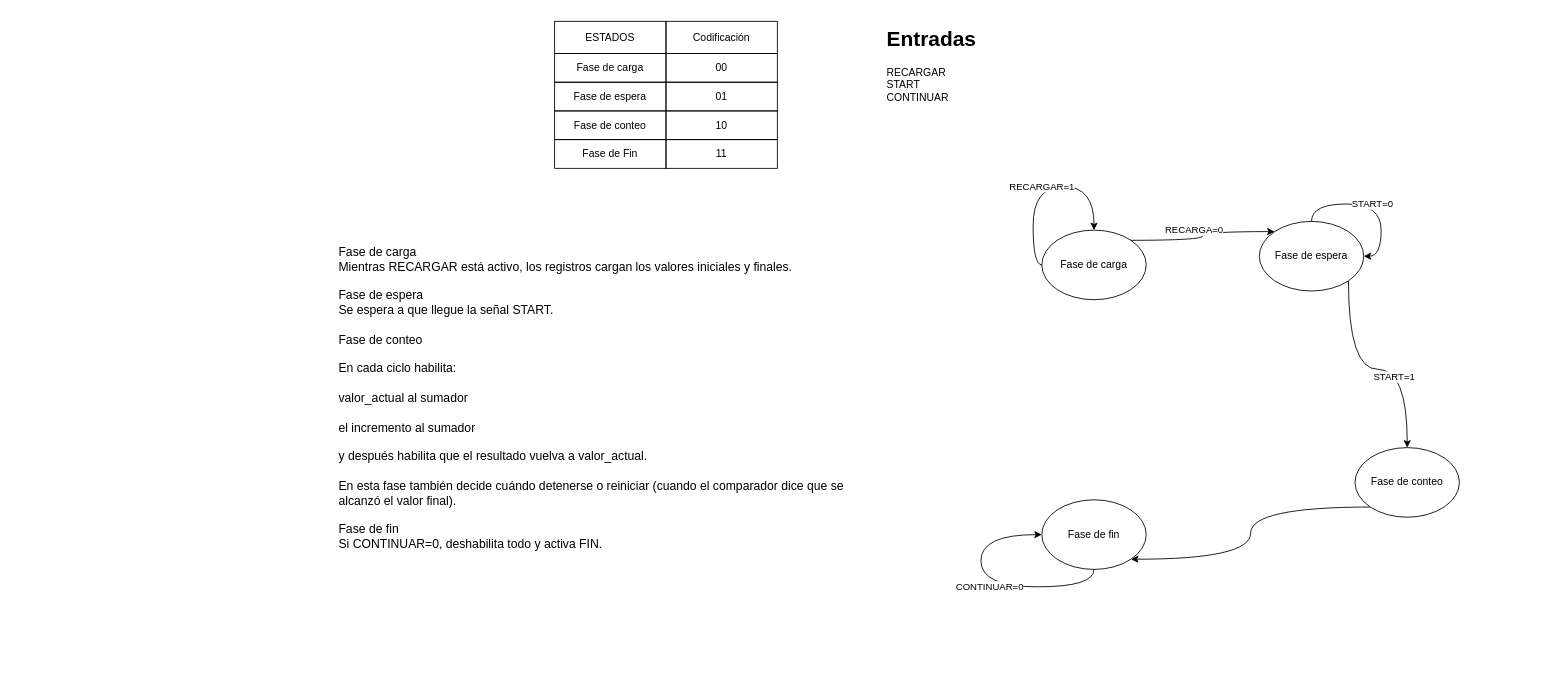
Before: page "Página-3" (2 of 2) of Integrador/MEF.drawio in albertinap/IDL, a draw.io diagram. Source tidied: cells renumbered, new cells numbered last; positions are measured from the earlier drawing's top-left corner, leaving out a move shared by most shapes. Both pictures are drawn from the tidied source at 87%, with x=0, y=0 at pixel (337, 21).
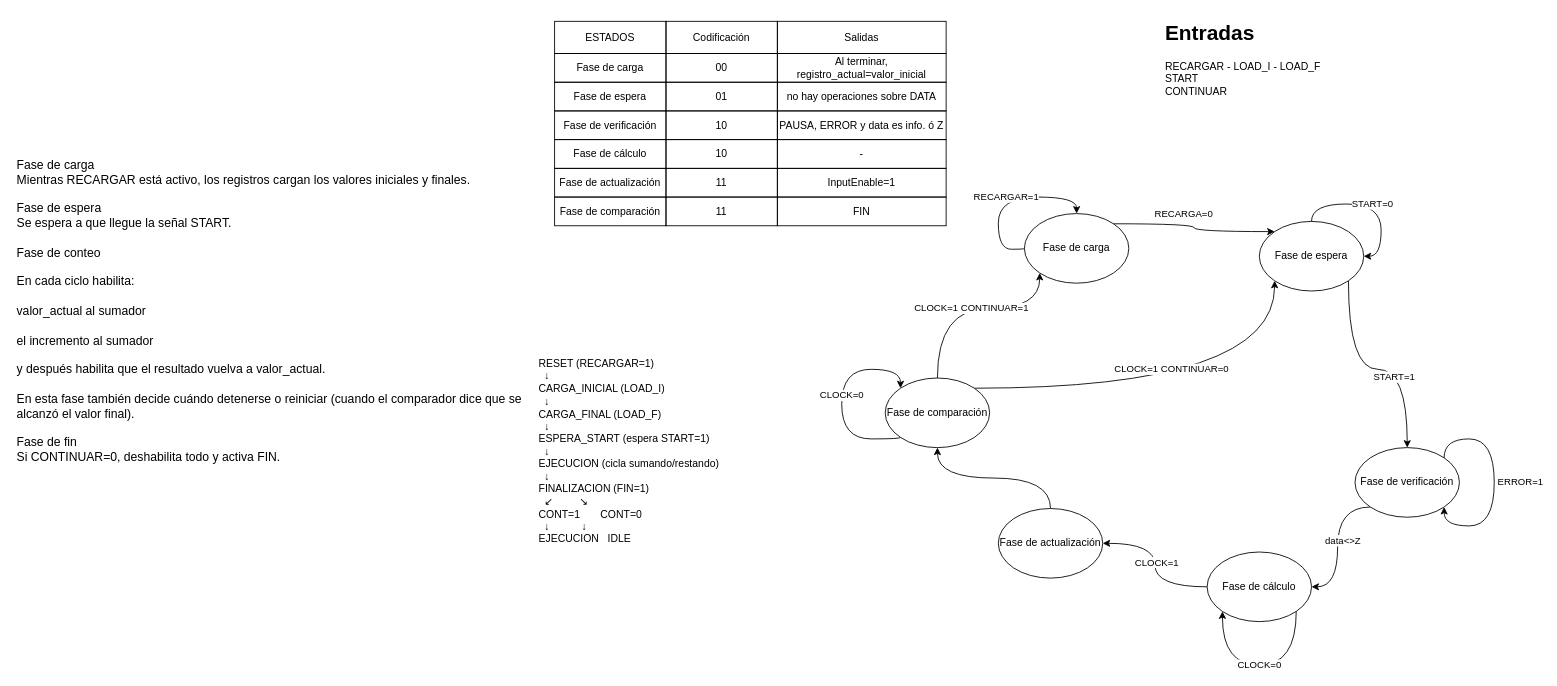
The same diagram, later.

Unchanged cells that the change refers to:
```xml
<mxCell id="9" value="Fase de espera" style="ellipse;whiteSpace=wrap;html=1;" parent="1" vertex="1">
  <mxGeometry x="1060" y="230" width="120" height="80" as="geometry" />
</mxCell>
```

The edit, as a diff of the source:
```diff
@@
-    <mxCell id="2" value="Fase de Fin" style="strokeColor=inherit;fillColor=none;align=center;whiteSpace=wrap;html=1;" parent="1" vertex="1">
-      <mxGeometry x="250" y="136" width="128" height="33" as="geometry" />
+    <mxCell id="2" value="Fase de actualización" style="strokeColor=inherit;fillColor=none;align=center;whiteSpace=wrap;html=1;" parent="1" vertex="1">
+      <mxGeometry x="250" y="169" width="128" height="33" as="geometry" />
     </mxCell>
     <mxCell id="3" value="11" style="strokeColor=inherit;fillColor=none;align=center;whiteSpace=wrap;html=1;" parent="1" vertex="1">
-      <mxGeometry x="378" y="136" width="128" height="33" as="geometry" />
+      <mxGeometry x="378" y="169" width="128" height="33" as="geometry" />
     </mxCell>
     <mxCell id="4" value="Fase de carga" style="ellipse;whiteSpace=wrap;html=1;" parent="1" vertex="1">
-      <mxGeometry x="810" y="240" width="120" height="80" as="geometry" />
+      <mxGeometry x="790" y="221" width="120" height="80" as="geometry" />
     </mxCell>
-    <mxCell id="5" style="edgeStyle=orthogonalEdgeStyle;rounded=0;jettySize=auto;html=1;exitX=0;exitY=1;exitDx=0;exitDy=0;entryX=1;entryY=1;entryDx=0;entryDy=0;curved=1;" parent="1" edge="1" source="6" target="7">
-      <mxGeometry relative="1" as="geometry" />
+    <mxCell id="5" style="edgeStyle=orthogonalEdgeStyle;rounded=0;jettySize=auto;html=1;exitX=0;exitY=1;exitDx=0;exitDy=0;entryX=1;entryY=0.5;entryDx=0;entryDy=0;curved=1;" parent="1" edge="1" source="6" target="7">
+      <mxGeometry relative="1" as="geometry">
+        <Array as="points">
+          <mxPoint x="1150" y="558" />
+          <mxPoint x="1150" y="650" />
+        </Array>
+      </mxGeometry>
     </mxCell>
+    <mxCell id="25" value="data&amp;lt;&amp;gt;Z" style="edgeLabel;html=1;align=center;verticalAlign=middle;" parent="5" vertex="1">
+      <mxGeometry x="-0.05" y="5" relative="1" as="geometry" />
+    </mxCell>
-    <mxCell id="6" value="Fase de conteo" style="ellipse;whiteSpace=wrap;html=1;" parent="1" vertex="1">
+    <mxCell id="6" value="Fase de verificación" style="ellipse;whiteSpace=wrap;html=1;" parent="1" vertex="1">
       <mxGeometry x="1170" y="490" width="120" height="80" as="geometry" />
     </mxCell>
+    <mxCell id="26" value="CLOCK=1" style="edgeStyle=orthogonalEdgeStyle;rounded=0;jettySize=auto;html=1;exitX=0;exitY=0.5;exitDx=0;exitDy=0;curved=1;" parent="1" edge="1" source="7" target="37">
+      <mxGeometry x="0.03" y="-2" relative="1" as="geometry" />
+    </mxCell>
-    <mxCell id="7" value="Fase de fin" style="ellipse;whiteSpace=wrap;html=1;" parent="1" vertex="1">
-      <mxGeometry x="810" y="550" width="120" height="80" as="geometry" />
+    <mxCell id="7" value="Fase de cálculo" style="ellipse;whiteSpace=wrap;html=1;" parent="1" vertex="1">
+      <mxGeometry x="1000" y="610" width="120" height="80" as="geometry" />
     </mxCell>
@@
-    <mxCell id="13" value="Fase de conteo" style="strokeColor=inherit;fillColor=none;align=center;whiteSpace=wrap;html=1;" parent="1" vertex="1">
-      <mxGeometry x="250" y="103" width="128" height="33" as="geometry" />
+    <mxCell id="13" value="Fase de cálculo" style="strokeColor=inherit;fillColor=none;align=center;whiteSpace=wrap;html=1;" parent="1" vertex="1">
+      <mxGeometry x="250" y="136" width="128" height="33" as="geometry" />
     </mxCell>
@@
     <mxCell id="15" value="10" style="strokeColor=inherit;fillColor=none;align=center;whiteSpace=wrap;html=1;" parent="1" vertex="1">
-      <mxGeometry x="378" y="103" width="128" height="33" as="geometry" />
+      <mxGeometry x="378" y="136" width="128" height="33" as="geometry" />
     </mxCell>
@@
     <mxCell id="18" value="Fase de carga&#10;Mientras RECARGAR está activo, los registros cargan los valores iniciales y finales.&#10;&#10;Fase de espera&#10;Se espera a que llegue la señal START.&#10;&#10;Fase de conteo&#10;&#10;En cada ciclo habilita:&#10;&#10;valor_actual al sumador&#10;&#10;el incremento al sumador&#10;&#10;y después habilita que el resultado vuelva a valor_actual.&#10;&#10;En esta fase también decide cuándo detenerse o reiniciar (cuando el comparador dice que se alcanzó el valor final).&#10;&#10;Fase de fin&#10;Si CONTINUAR=0, deshabilita todo y activa FIN." style="text;whiteSpace=wrap;html=1;fontSize=14;" parent="1" vertex="1">
-      <mxGeometry y="250" width="600" height="370" as="geometry" />
+      <mxGeometry x="-370" y="150" width="600" height="370" as="geometry" />
     </mxCell>
-    <mxCell id="19" value="&lt;h1 style=&quot;margin-top: 0px;&quot;&gt;Entradas&lt;/h1&gt;&lt;div&gt;RECARGAR&lt;/div&gt;&lt;div&gt;START&lt;/div&gt;&lt;div&gt;CONTINUAR&lt;/div&gt;" style="text;html=1;whiteSpace=wrap;overflow=hidden;rounded=0;" parent="1" vertex="1">
-      <mxGeometry x="630" width="210" height="110" as="geometry" />
+    <mxCell id="19" value="&lt;h1 style=&quot;margin-top: 0px;&quot;&gt;Entradas&lt;/h1&gt;&lt;div&gt;RECARGAR - LOAD_I - LOAD_F&lt;/div&gt;&lt;div&gt;START&lt;/div&gt;&lt;div&gt;CONTINUAR&lt;/div&gt;" style="text;html=1;whiteSpace=wrap;overflow=hidden;rounded=0;" parent="1" vertex="1">
+      <mxGeometry x="950" y="-7" width="210" height="110" as="geometry" />
     </mxCell>
     <mxCell id="20" value="RECARGAR=1" style="edgeStyle=orthogonalEdgeStyle;rounded=0;orthogonalLoop=1;jettySize=auto;html=1;exitX=0;exitY=0.5;exitDx=0;exitDy=0;entryX=0.5;entryY=0;entryDx=0;entryDy=0;curved=1;" parent="1" edge="1" source="4" target="4">
       <mxGeometry relative="1" as="geometry">
         <Array as="points">
-          <mxPoint x="800" y="280" />
-          <mxPoint x="800" y="190" />
-          <mxPoint x="870" y="190" />
+          <mxPoint x="790" y="262" />
+          <mxPoint x="760" y="262" />
+          <mxPoint x="760" y="202" />
+          <mxPoint x="850" y="202" />
         </Array>
       </mxGeometry>
     </mxCell>
@@
-    <mxCell id="24" value="CONTINUAR=0" style="edgeStyle=orthogonalEdgeStyle;rounded=0;orthogonalLoop=1;jettySize=auto;html=1;exitX=0.5;exitY=1;exitDx=0;exitDy=0;entryX=0;entryY=0.5;entryDx=0;entryDy=0;curved=1;" parent="1" edge="1" source="7" target="7">
+    <mxCell id="24" value="CLOCK=0" style="edgeStyle=orthogonalEdgeStyle;rounded=0;orthogonalLoop=1;jettySize=auto;html=1;exitX=1;exitY=1;exitDx=0;exitDy=0;entryX=0;entryY=1;entryDx=0;entryDy=0;curved=1;" parent="1" edge="1" source="7" target="7">
       <mxGeometry relative="1" as="geometry">
         <Array as="points">
-          <mxPoint x="870" y="650" />
-          <mxPoint x="740" y="650" />
-          <mxPoint x="740" y="590" />
+          <mxPoint x="1102" y="740" />
+          <mxPoint x="1018" y="740" />
         </Array>
       </mxGeometry>
     </mxCell>
+    <mxCell id="27" value="RESET (RECARGAR=1)&#10;  ↓&#10;CARGA_INICIAL (LOAD_I)&#10;  ↓&#10;CARGA_FINAL (LOAD_F)&#10;  ↓&#10;ESPERA_START (espera START=1)&#10;  ↓&#10;EJECUCION (cicla sumando/restando)&#10;  ↓&#10;FINALIZACION (FIN=1)&#10;  ↙         ↘&#10;CONT=1       CONT=0&#10;  ↓           ↓&#10;EJECUCION   IDLE" style="text;whiteSpace=wrap;" parent="1" vertex="1">
+      <mxGeometry x="230" y="380" width="240" height="240" as="geometry" />
+    </mxCell>
+    <mxCell id="28" value="InputEnable=1" style="strokeColor=inherit;fillColor=none;align=center;whiteSpace=wrap;html=1;" parent="1" vertex="1">
+      <mxGeometry x="506" y="169" width="194" height="33" as="geometry" />
+    </mxCell>
+    <mxCell id="29" value="Salidas" style="strokeColor=inherit;fillColor=none;align=center;whiteSpace=wrap;html=1;" parent="1" vertex="1">
+      <mxGeometry x="506" width="194" height="37" as="geometry" />
+    </mxCell>
+    <mxCell id="30" value="-" style="strokeColor=inherit;fillColor=none;align=center;whiteSpace=wrap;html=1;" parent="1" vertex="1">
+      <mxGeometry x="506" y="136" width="194" height="33" as="geometry" />
+    </mxCell>
+    <mxCell id="31" value="no hay operaciones sobre DATA" style="strokeColor=inherit;fillColor=none;align=center;whiteSpace=wrap;html=1;" parent="1" vertex="1">
+      <mxGeometry x="506" y="70" width="194" height="33" as="geometry" />
+    </mxCell>
+    <mxCell id="32" value="Al terminar, registro_actual=valor_inicial" style="strokeColor=inherit;fillColor=none;align=center;whiteSpace=wrap;html=1;" parent="1" vertex="1">
+      <mxGeometry x="506" y="37" width="194" height="33" as="geometry" />
+    </mxCell>
+    <mxCell id="33" value="Fase de verificación" style="strokeColor=inherit;fillColor=none;align=center;whiteSpace=wrap;html=1;" parent="1" vertex="1">
+      <mxGeometry x="250" y="103" width="128" height="33" as="geometry" />
+    </mxCell>
+    <mxCell id="34" value="10" style="strokeColor=inherit;fillColor=none;align=center;whiteSpace=wrap;html=1;" parent="1" vertex="1">
+      <mxGeometry x="378" y="103" width="128" height="33" as="geometry" />
+    </mxCell>
+    <mxCell id="35" value="PAUSA, ERROR y data es info. ó Z" style="strokeColor=inherit;fillColor=none;align=center;whiteSpace=wrap;html=1;" parent="1" vertex="1">
+      <mxGeometry x="506" y="103" width="194" height="33" as="geometry" />
+    </mxCell>
+    <mxCell id="36" style="edgeStyle=orthogonalEdgeStyle;rounded=0;jettySize=auto;html=1;exitX=0.5;exitY=0;exitDx=0;exitDy=0;curved=1;" parent="1" edge="1" source="37" target="41">
+      <mxGeometry relative="1" as="geometry" />
+    </mxCell>
+    <mxCell id="37" value="Fase de actualización" style="ellipse;whiteSpace=wrap;html=1;" parent="1" vertex="1">
+      <mxGeometry x="760" y="560" width="120" height="80" as="geometry" />
+    </mxCell>
+    <mxCell id="38" value="ERROR=1" style="edgeStyle=orthogonalEdgeStyle;rounded=0;orthogonalLoop=1;jettySize=auto;html=1;exitX=1;exitY=0;exitDx=0;exitDy=0;entryX=1;entryY=1;entryDx=0;entryDy=0;curved=1;" parent="1" edge="1" source="6" target="6">
+      <mxGeometry y="30" relative="1" as="geometry">
+        <Array as="points">
+          <mxPoint x="1272" y="480" />
+          <mxPoint x="1330" y="480" />
+          <mxPoint x="1330" y="580" />
+          <mxPoint x="1272" y="580" />
+        </Array>
+      </mxGeometry>
+    </mxCell>
+    <mxCell id="39" value="CLOCK=1 CONTINUAR=1" style="edgeStyle=orthogonalEdgeStyle;rounded=0;jettySize=auto;html=1;exitX=0.5;exitY=0;exitDx=0;exitDy=0;entryX=0;entryY=1;entryDx=0;entryDy=0;curved=1;" parent="1" edge="1" source="41" target="4">
+      <mxGeometry relative="1" as="geometry">
+        <Array as="points">
+          <mxPoint x="690" y="330" />
+          <mxPoint x="808" y="330" />
+        </Array>
+      </mxGeometry>
+    </mxCell>
+    <mxCell id="40" value="CLOCK=1 CONTINUAR=0" style="edgeStyle=orthogonalEdgeStyle;rounded=0;jettySize=auto;html=1;exitX=1;exitY=0;exitDx=0;exitDy=0;entryX=0;entryY=1;entryDx=0;entryDy=0;curved=1;" parent="1" edge="1" source="41" target="9">
+      <mxGeometry x="-0.03" y="22" relative="1" as="geometry" />
+    </mxCell>
+    <mxCell id="41" value="Fase de comparación" style="ellipse;whiteSpace=wrap;html=1;" parent="1" vertex="1">
+      <mxGeometry x="630" y="410" width="120" height="80" as="geometry" />
+    </mxCell>
+    <mxCell id="42" value="Fase de comparación" style="strokeColor=inherit;fillColor=none;align=center;whiteSpace=wrap;html=1;" parent="1" vertex="1">
+      <mxGeometry x="250" y="202" width="128" height="33" as="geometry" />
+    </mxCell>
+    <mxCell id="43" value="11" style="strokeColor=inherit;fillColor=none;align=center;whiteSpace=wrap;html=1;" parent="1" vertex="1">
+      <mxGeometry x="378" y="202" width="128" height="33" as="geometry" />
+    </mxCell>
+    <mxCell id="44" value="FIN" style="strokeColor=inherit;fillColor=none;align=center;whiteSpace=wrap;html=1;" parent="1" vertex="1">
+      <mxGeometry x="506" y="202" width="194" height="33" as="geometry" />
+    </mxCell>
+    <mxCell id="45" value="CLOCK=0" style="edgeStyle=orthogonalEdgeStyle;rounded=0;orthogonalLoop=1;jettySize=auto;html=1;exitX=0;exitY=1;exitDx=0;exitDy=0;entryX=0;entryY=0;entryDx=0;entryDy=0;curved=1;" parent="1" edge="1" source="41" target="41">
+      <mxGeometry relative="1" as="geometry">
+        <Array as="points">
+          <mxPoint x="648" y="480" />
+          <mxPoint x="580" y="480" />
+          <mxPoint x="580" y="400" />
+          <mxPoint x="648" y="400" />
+        </Array>
+      </mxGeometry>
+    </mxCell>
```
